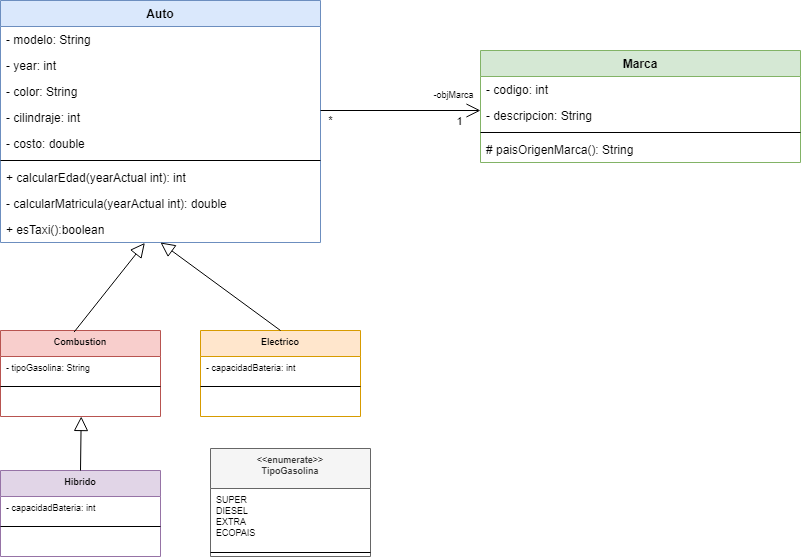
Before: ejercicio1.drawio.png, a diagram exported from draw.io (pooljpv84/Grupo04-Practica1-POO). Source tidied: cells renumbered, new cells last; positions are measured from the earlier drawing's top-left corner, leaving out a move shared by most shapes.
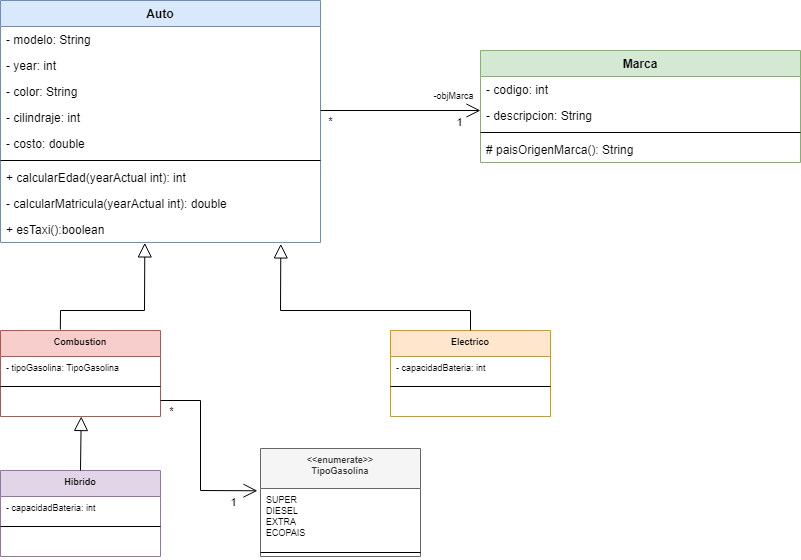
After the commit.

Diff of the diagram source:
```diff
@@ -47,23 +47,23 @@
     <mxCell id="16" value="# paisOrigenMarca(): String" style="text;strokeColor=none;fillColor=none;align=left;verticalAlign=top;spacingLeft=4;spacingRight=4;overflow=hidden;" parent="12" vertex="1">
       <mxGeometry y="86" width="320" height="26" as="geometry" />
     </mxCell>
-    <mxCell id="17" style="endArrow=open;endFill=1;endSize=12;html=1;rounded=0;" parent="1" edge="1">
-      <mxGeometry relative="1" as="geometry">
-        <mxPoint x="320" y="110" as="sourcePoint" />
-        <mxPoint x="480" y="110" as="targetPoint" />
-      </mxGeometry>
-    </mxCell>
-    <mxCell id="18" value="1&lt;br&gt;" style="edgeLabel;html=1;align=center;verticalAlign=middle;" parent="17" vertex="1">
-      <mxGeometry x="0.73" relative="1" as="geometry">
-        <mxPoint y="11" as="offset" />
-      </mxGeometry>
-    </mxCell>
-    <mxCell id="19" value="*" style="edgeLabel;html=1;align=center;verticalAlign=middle;" parent="17" vertex="1">
-      <mxGeometry x="-0.89" y="-1" relative="1" as="geometry">
-        <mxPoint y="9" as="offset" />
-      </mxGeometry>
-    </mxCell>
+    <mxCell id="39" style="endArrow=open;endFill=1;endSize=12;html=1;rounded=0;" parent="1" edge="1">
+      <mxGeometry relative="1" as="geometry">
+        <mxPoint x="320" y="110" as="sourcePoint" />
+        <mxPoint x="480" y="110" as="targetPoint" />
+      </mxGeometry>
+    </mxCell>
+    <mxCell id="40" value="1&lt;br&gt;" style="edgeLabel;html=1;align=center;verticalAlign=middle;" parent="39" vertex="1">
+      <mxGeometry x="0.73" relative="1" as="geometry">
+        <mxPoint y="11" as="offset" />
+      </mxGeometry>
+    </mxCell>
+    <mxCell id="41" value="*" style="edgeLabel;html=1;align=center;verticalAlign=middle;" parent="39" vertex="1">
+      <mxGeometry x="-0.89" y="-1" relative="1" as="geometry">
+        <mxPoint y="9" as="offset" />
+      </mxGeometry>
+    </mxCell>
-    <mxCell id="20" value="-objMarca" style="edgeLabel;html=1;align=center;verticalAlign=middle;fontSize=9;" parent="17" vertex="1">
+    <mxCell id="20" value="-objMarca" style="edgeLabel;html=1;align=center;verticalAlign=middle;fontSize=9;" parent="39" vertex="1">
       <mxGeometry x="0.6" y="1" relative="1" as="geometry">
         <mxPoint x="4" y="-14" as="offset" />
       </mxGeometry>
@@ -71,52 +71,54 @@
     <mxCell id="21" value="Combustion" style="swimlane;fontStyle=1;align=center;verticalAlign=top;horizontal=1;startSize=26;fontSize=9;fillColor=#f8cecc;strokeColor=#b85450;" parent="1" vertex="1">
       <mxGeometry y="330" width="160" height="86" as="geometry" />
     </mxCell>
-    <mxCell id="22" value="- tipoGasolina: String" style="text;strokeColor=none;fillColor=none;align=left;verticalAlign=top;spacingLeft=4;spacingRight=4;overflow=hidden;fontSize=9;" parent="21" vertex="1">
-      <mxGeometry y="26" width="160" height="26" as="geometry" />
-    </mxCell>
-    <mxCell id="23" style="line;strokeWidth=1;fillColor=none;align=left;verticalAlign=middle;spacingTop=-1;spacingLeft=3;spacingRight=3;labelPosition=right;fontSize=9;" parent="21" vertex="1">
-      <mxGeometry y="52" width="160" height="8" as="geometry" />
-    </mxCell>
-    <mxCell id="24" value=" " style="text;strokeColor=none;fillColor=none;align=left;verticalAlign=top;spacingLeft=4;spacingRight=4;overflow=hidden;fontSize=9;" parent="21" vertex="1">
-      <mxGeometry y="60" width="160" height="26" as="geometry" />
-    </mxCell>
+    <mxCell id="42" value="- tipoGasolina: TipoGasolina" style="text;strokeColor=none;fillColor=none;align=left;verticalAlign=top;spacingLeft=4;spacingRight=4;overflow=hidden;fontSize=9;" parent="21" vertex="1">
+      <mxGeometry y="26" width="160" height="26" as="geometry" />
+    </mxCell>
+    <mxCell id="43" style="line;strokeWidth=1;fillColor=none;align=left;verticalAlign=middle;spacingTop=-1;spacingLeft=3;spacingRight=3;labelPosition=right;fontSize=9;" parent="21" vertex="1">
+      <mxGeometry y="52" width="160" height="8" as="geometry" />
+    </mxCell>
+    <mxCell id="44" value=" " style="text;strokeColor=none;fillColor=none;align=left;verticalAlign=top;spacingLeft=4;spacingRight=4;overflow=hidden;fontSize=9;" parent="21" vertex="1">
+      <mxGeometry y="60" width="160" height="26" as="geometry" />
+    </mxCell>
     <mxCell id="25" value="Electrico" style="swimlane;fontStyle=1;align=center;verticalAlign=top;horizontal=1;startSize=26;fontSize=9;fillColor=#ffe6cc;strokeColor=#d79b00;" parent="1" vertex="1">
-      <mxGeometry x="200" y="330" width="160" height="86" as="geometry" />
+      <mxGeometry x="390" y="330" width="160" height="86" as="geometry" />
     </mxCell>
-    <mxCell id="26" value="- capacidadBateria: int" style="text;strokeColor=none;fillColor=none;align=left;verticalAlign=top;spacingLeft=4;spacingRight=4;overflow=hidden;fontSize=9;" parent="25" vertex="1">
-      <mxGeometry y="26" width="160" height="26" as="geometry" />
-    </mxCell>
-    <mxCell id="27" style="line;strokeWidth=1;fillColor=none;align=left;verticalAlign=middle;spacingTop=-1;spacingLeft=3;spacingRight=3;labelPosition=right;fontSize=9;" parent="25" vertex="1">
-      <mxGeometry y="52" width="160" height="8" as="geometry" />
-    </mxCell>
-    <mxCell id="28" value=" " style="text;strokeColor=none;fillColor=none;align=left;verticalAlign=top;spacingLeft=4;spacingRight=4;overflow=hidden;fontSize=9;" parent="25" vertex="1">
-      <mxGeometry y="60" width="160" height="26" as="geometry" />
-    </mxCell>
+    <mxCell id="45" value="- capacidadBateria: int" style="text;strokeColor=none;fillColor=none;align=left;verticalAlign=top;spacingLeft=4;spacingRight=4;overflow=hidden;fontSize=9;" parent="25" vertex="1">
+      <mxGeometry y="26" width="160" height="26" as="geometry" />
+    </mxCell>
+    <mxCell id="46" style="line;strokeWidth=1;fillColor=none;align=left;verticalAlign=middle;spacingTop=-1;spacingLeft=3;spacingRight=3;labelPosition=right;fontSize=9;" parent="25" vertex="1">
+      <mxGeometry y="52" width="160" height="8" as="geometry" />
+    </mxCell>
+    <mxCell id="47" value=" " style="text;strokeColor=none;fillColor=none;align=left;verticalAlign=top;spacingLeft=4;spacingRight=4;overflow=hidden;fontSize=9;" parent="25" vertex="1">
+      <mxGeometry y="60" width="160" height="26" as="geometry" />
+    </mxCell>
     <mxCell id="29" value="Hibrido" style="swimlane;fontStyle=1;align=center;verticalAlign=top;horizontal=1;startSize=26;fontSize=9;fillColor=#e1d5e7;strokeColor=#9673a6;" parent="1" vertex="1">
       <mxGeometry y="470" width="160" height="86" as="geometry" />
     </mxCell>
-    <mxCell id="30" value="- capacidadBateria: int" style="text;strokeColor=none;fillColor=none;align=left;verticalAlign=top;spacingLeft=4;spacingRight=4;overflow=hidden;fontSize=9;" parent="29" vertex="1">
-      <mxGeometry y="26" width="160" height="26" as="geometry" />
-    </mxCell>
-    <mxCell id="31" style="line;strokeWidth=1;fillColor=none;align=left;verticalAlign=middle;spacingTop=-1;spacingLeft=3;spacingRight=3;labelPosition=right;fontSize=9;" parent="29" vertex="1">
-      <mxGeometry y="52" width="160" height="8" as="geometry" />
-    </mxCell>
-    <mxCell id="32" value=" " style="text;strokeColor=none;fillColor=none;align=left;verticalAlign=top;spacingLeft=4;spacingRight=4;overflow=hidden;fontSize=9;" parent="29" vertex="1">
-      <mxGeometry y="60" width="160" height="26" as="geometry" />
-    </mxCell>
+    <mxCell id="48" value="- capacidadBateria: int" style="text;strokeColor=none;fillColor=none;align=left;verticalAlign=top;spacingLeft=4;spacingRight=4;overflow=hidden;fontSize=9;" parent="29" vertex="1">
+      <mxGeometry y="26" width="160" height="26" as="geometry" />
+    </mxCell>
+    <mxCell id="49" style="line;strokeWidth=1;fillColor=none;align=left;verticalAlign=middle;spacingTop=-1;spacingLeft=3;spacingRight=3;labelPosition=right;fontSize=9;" parent="29" vertex="1">
+      <mxGeometry y="52" width="160" height="8" as="geometry" />
+    </mxCell>
+    <mxCell id="50" value=" " style="text;strokeColor=none;fillColor=none;align=left;verticalAlign=top;spacingLeft=4;spacingRight=4;overflow=hidden;fontSize=9;" parent="29" vertex="1">
+      <mxGeometry y="60" width="160" height="26" as="geometry" />
+    </mxCell>
-    <mxCell id="33" style="endArrow=block;endFill=0;endSize=12;html=1;rounded=0;fontSize=9;exitX=0.46;exitY=0.018;exitDx=0;exitDy=0;exitPerimeter=0;entryX=0.451;entryY=1.016;entryDx=0;entryDy=0;entryPerimeter=0;" parent="1" edge="1" source="21" target="11">
-      <mxGeometry relative="1" as="geometry" />
+    <mxCell id="33" style="endArrow=block;endFill=0;endSize=12;html=1;rounded=0;fontSize=9;exitX=0.374;exitY=-0.01;exitDx=0;exitDy=0;exitPerimeter=0;entryX=0.451;entryY=1.016;entryDx=0;entryDy=0;entryPerimeter=0;" parent="1" edge="1" source="21" target="11">
+      <mxGeometry relative="1" as="geometry">
+        <Array as="points">
+          <mxPoint x="60" y="310" />
+          <mxPoint x="144" y="310" />
+        </Array>
+      </mxGeometry>
     </mxCell>
-    <mxCell id="34" style="endArrow=block;endFill=0;endSize=12;html=1;rounded=0;fontSize=9;exitX=0.5;exitY=0;exitDx=0;exitDy=0;entryX=0.5;entryY=1;entryDx=0;entryDy=0;" parent="1" edge="1" source="25" target="2">
-      <mxGeometry relative="1" as="geometry" />
-    </mxCell>
-    <mxCell id="35" style="endArrow=block;endFill=0;endSize=12;html=1;rounded=0;fontSize=9;exitX=0.5;exitY=0;exitDx=0;exitDy=0;entryX=0.451;entryY=1.016;entryDx=0;entryDy=0;entryPerimeter=0;" parent="1" edge="1" source="29">
-      <mxGeometry relative="1" as="geometry">
-        <mxPoint x="80.7" y="416" as="targetPoint" />
-      </mxGeometry>
-    </mxCell>
+    <mxCell id="51" style="endArrow=block;endFill=0;endSize=12;html=1;rounded=0;fontSize=9;exitX=0.5;exitY=0;exitDx=0;exitDy=0;entryX=0.451;entryY=1.016;entryDx=0;entryDy=0;entryPerimeter=0;" parent="1" edge="1" source="29">
+      <mxGeometry relative="1" as="geometry">
+        <mxPoint x="80.7" y="416" as="targetPoint" />
+      </mxGeometry>
+    </mxCell>
     <mxCell id="36" value="&lt;&lt;enumerate&gt;&gt;&#10;TipoGasolina" style="swimlane;fontStyle=1;align=center;verticalAlign=top;horizontal=1;startSize=40;fontSize=9;fillColor=#f5f5f5;fontColor=#333333;strokeColor=#666666;" parent="1" vertex="1">
-      <mxGeometry x="210" y="448" width="160" height="108" as="geometry" />
+      <mxGeometry x="260" y="448" width="160" height="108" as="geometry" />
     </mxCell>
     <mxCell id="37" value="SUPER&#10;DIESEL&#10;EXTRA&#10;ECOPAIS" style="text;strokeColor=none;fillColor=none;align=left;verticalAlign=top;spacingLeft=4;spacingRight=4;overflow=hidden;points=[[0,0.5],[1,0.5]];portConstraint=eastwest;fontSize=9;" parent="36" vertex="1">
       <mxGeometry y="40" width="160" height="60" as="geometry" />
@@ -124,5 +126,32 @@
     <mxCell id="38" style="line;strokeWidth=1;fillColor=none;align=left;verticalAlign=middle;spacingTop=-1;spacingLeft=3;spacingRight=3;labelPosition=right;fontSize=9;" parent="36" vertex="1">
       <mxGeometry y="100" width="160" height="8" as="geometry" />
     </mxCell>
+    <mxCell id="52" style="endArrow=block;endFill=0;endSize=12;html=1;rounded=0;fontSize=9;exitX=0.5;exitY=0;exitDx=0;exitDy=0;entryX=0.876;entryY=1.055;entryDx=0;entryDy=0;entryPerimeter=0;" parent="1" edge="1" source="25" target="11">
+      <mxGeometry relative="1" as="geometry">
+        <Array as="points">
+          <mxPoint x="470" y="310" />
+          <mxPoint x="280" y="310" />
+        </Array>
+      </mxGeometry>
+    </mxCell>
+    <mxCell id="53" style="endArrow=open;endFill=1;endSize=12;html=1;rounded=0;entryX=-0.019;entryY=0.038;entryDx=0;entryDy=0;entryPerimeter=0;" parent="1" edge="1" target="37">
+      <mxGeometry relative="1" as="geometry">
+        <mxPoint x="160" y="400" as="sourcePoint" />
+        <Array as="points">
+          <mxPoint x="200" y="400" />
+          <mxPoint x="200" y="490" />
+        </Array>
+      </mxGeometry>
+    </mxCell>
+    <mxCell id="54" value="1&lt;br&gt;" style="edgeLabel;html=1;align=center;verticalAlign=middle;" parent="53" vertex="1">
+      <mxGeometry x="0.73" relative="1" as="geometry">
+        <mxPoint y="11" as="offset" />
+      </mxGeometry>
+    </mxCell>
+    <mxCell id="55" value="*" style="edgeLabel;html=1;align=center;verticalAlign=middle;" parent="53" vertex="1">
+      <mxGeometry x="-0.89" y="-1" relative="1" as="geometry">
+        <mxPoint y="9" as="offset" />
+      </mxGeometry>
+    </mxCell>
   </root>
 </mxGraphModel>
```
